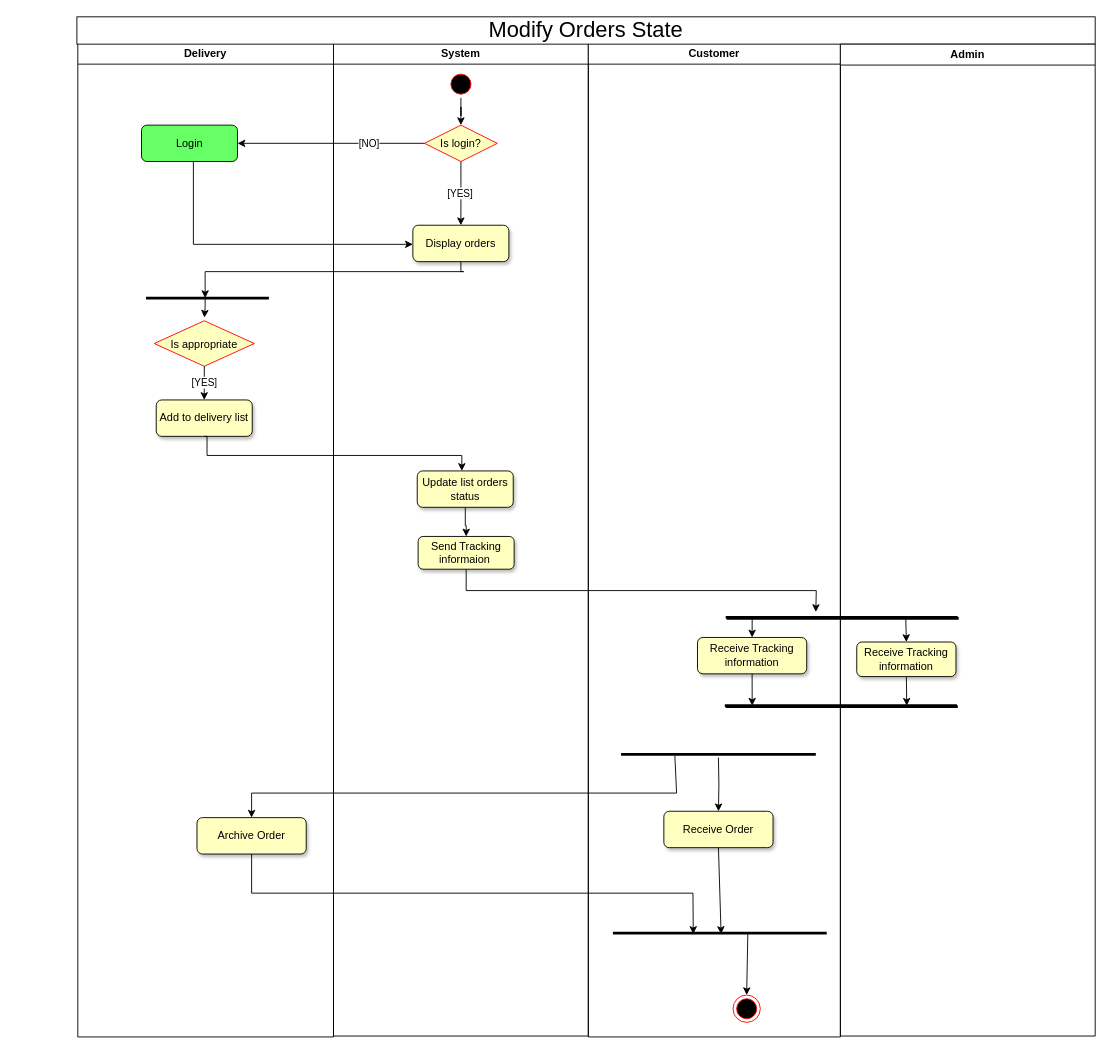
Above: UML/activity diagram and scenario/Delivery Modifies Orders State/Modify Orders State activity diagram.drawio in eltohamy3/Ecommerce-System-analysis_project (draw.io), before the change. Source tidied: cells renumbered, new cells numbered last; positions are measured from the earlier drawing's top-left corner, leaving out a move shared by most shapes. Both pictures are drawn from the tidied source at 91%, with x=0, y=0 at pixel (76, 16).
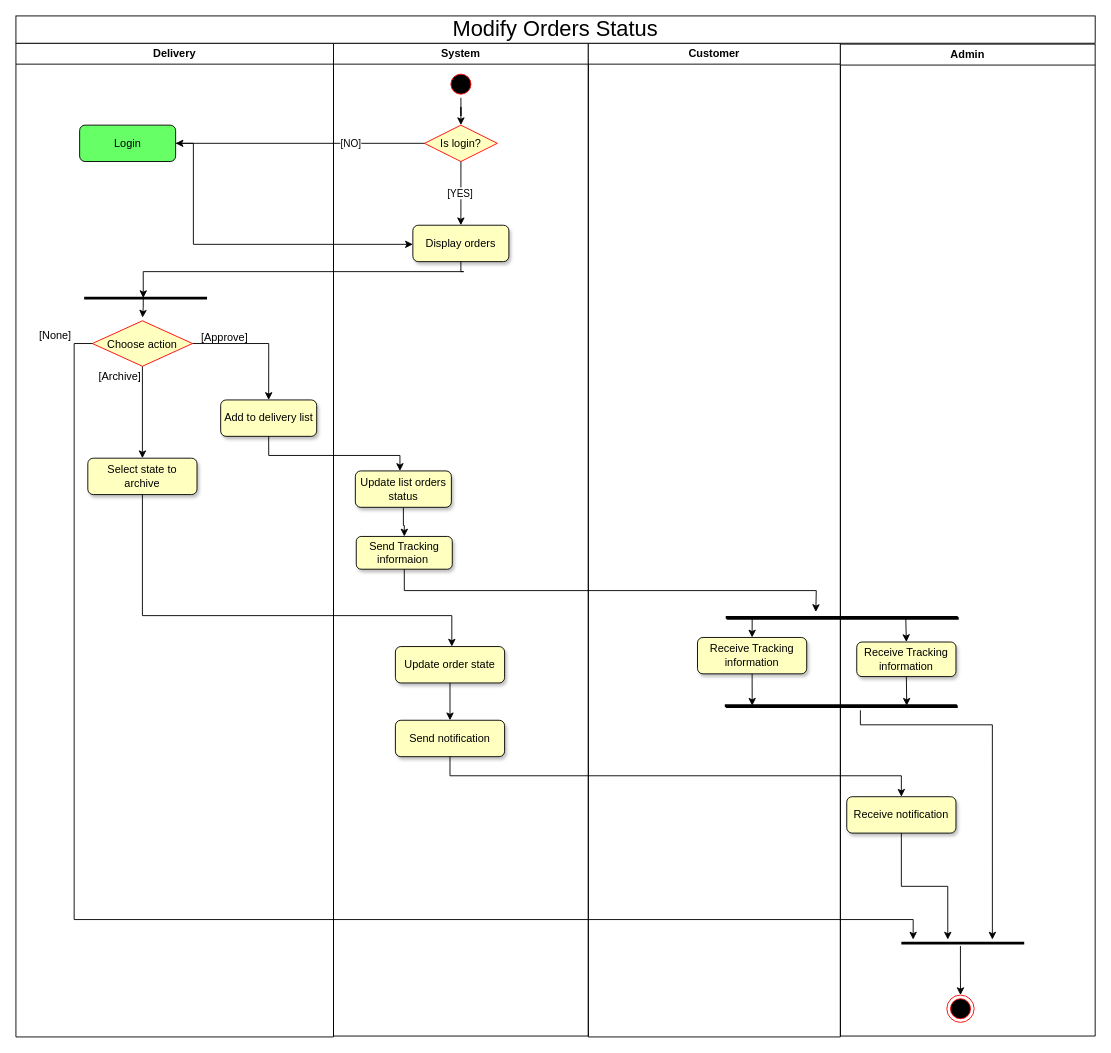
After the change.

Commit message (it also covers changes not shown here):
Modify order status & event table updated

The change refers to these unchanged cells:
```xml
<mxCell id="10" value="Update list orders status" style="rounded=1;whiteSpace=wrap;html=1;fillColor=#FFFFC0;shadow=1;" parent="2" vertex="1">
  <mxGeometry x="373" y="470" width="105.5" height="40" as="geometry" />
</mxCell>
<mxCell id="13" value="System" style="swimlane;whiteSpace=wrap;fillColor=#FFFFFF;" parent="1" vertex="1">
  <mxGeometry x="282" y="29" width="280" height="1091" as="geometry" />
</mxCell>
<mxCell id="21" value="Customer" style="swimlane;whiteSpace=wrap;fillColor=#FFFFFF;" parent="1" vertex="1">
  <mxGeometry x="562" y="29" width="277" height="1092" as="geometry" />
</mxCell>
<mxCell id="37" value="Admin" style="swimlane;whiteSpace=wrap;fillColor=#FFFFFF;" parent="1" vertex="1">
  <mxGeometry x="839" y="30" width="280" height="1090" as="geometry" />
</mxCell>
<mxCell id="47" style="line;strokeWidth=3;fillColor=#FFFFC0;align=left;verticalAlign=middle;spacingTop=-1;spacingLeft=3;spacingRight=3;labelPosition=right;points=[];portConstraint=eastwest;strokeColor=inherit;" parent="1" vertex="1">
  <mxGeometry x="713" y="754" width="255" height="8" as="geometry" />
</mxCell>
```

Diff of the diagram source:
```diff
@@
     <mxCell id="2" value="Delivery" style="swimlane;whiteSpace=wrap;fillColor=#FFFFFF;" parent="1" vertex="1">
-      <mxGeometry x="1" y="29" width="281" height="1092" as="geometry" />
+      <mxGeometry x="-67" y="29" width="349" height="1092" as="geometry" />
     </mxCell>
@@
+    <mxCell id="7" style="edgeStyle=orthogonalEdgeStyle;rounded=0;jettySize=auto;html=1;entryX=0.5;entryY=0;entryDx=0;entryDy=0;" parent="2" edge="1" source="6" target="8">
+      <mxGeometry relative="1" as="geometry" />
+    </mxCell>
+    <mxCell id="48" style="edgeStyle=orthogonalEdgeStyle;rounded=0;jettySize=auto;html=1;entryX=0.5;entryY=0;entryDx=0;entryDy=0;" parent="2" edge="1" source="6" target="25">
+      <mxGeometry relative="1" as="geometry" />
+    </mxCell>
-    <mxCell id="6" value="Is appropriate" style="rhombus;fillColor=#FFFFC0;strokeColor=#ff0000;" parent="2" vertex="1">
+    <mxCell id="6" value="Choose action" style="rhombus;fillColor=#FFFFC0;strokeColor=#ff0000;" parent="2" vertex="1">
       <mxGeometry x="84" y="305" width="110" height="50" as="geometry" />
     </mxCell>
-    <mxCell id="7" value="[YES]" style="edgeStyle=orthogonalEdgeStyle;rounded=0;jettySize=auto;html=1;entryX=0.5;entryY=0;entryDx=0;entryDy=0;fillColor=#FFFFC0;" parent="2" edge="1" source="6" target="8">
-      <mxGeometry relative="1" as="geometry" />
-    </mxCell>
     <mxCell id="8" value="Add to delivery list" style="rounded=1;whiteSpace=wrap;html=1;fillColor=#FFFFC0;shadow=1;" parent="2" vertex="1">
-      <mxGeometry x="86.2" y="392" width="105.5" height="40" as="geometry" />
+      <mxGeometry x="225" y="392" width="105.5" height="40" as="geometry" />
     </mxCell>
@@
     <mxCell id="12" style="edgeStyle=orthogonalEdgeStyle;rounded=0;jettySize=auto;html=1;exitX=0.5;exitY=1;exitDx=0;exitDy=0;fillColor=#FFFFC0;" parent="2" edge="1" source="8" target="10">
       <mxGeometry relative="1" as="geometry">
         <Array as="points">
-          <mxPoint x="142" y="453" />
+          <mxPoint x="278" y="453" />
           <mxPoint x="422" y="453" />
         </Array>
       </mxGeometry>
     </mxCell>
+    <mxCell id="49" value="[Approve]" style="text;html=1;align=center;verticalAlign=middle;strokeColor=none;fillColor=none;" parent="2" vertex="1">
+      <mxGeometry x="194" y="310" width="70" height="27" as="geometry" />
+    </mxCell>
+    <mxCell id="50" value="[None]" style="text;html=1;align=center;verticalAlign=middle;strokeColor=none;fillColor=none;" parent="2" vertex="1">
+      <mxGeometry x="16" y="308" width="54" height="27" as="geometry" />
+    </mxCell>
+    <mxCell id="51" value="[Archive]" style="text;html=1;align=center;verticalAlign=middle;strokeColor=none;fillColor=none;" parent="2" vertex="1">
+      <mxGeometry x="81" y="353" width="66" height="27" as="geometry" />
+    </mxCell>
+    <mxCell id="25" value="Select state to archive" style="rounded=1;whiteSpace=wrap;html=1;fillColor=#FFFFC0;shadow=1;" parent="2" vertex="1">
+      <mxGeometry x="79" y="456" width="120" height="40" as="geometry" />
+    </mxCell>
@@
+    <mxCell id="52" style="edgeStyle=orthogonalEdgeStyle;rounded=0;jettySize=auto;html=1;entryX=0.5;entryY=0;entryDx=0;entryDy=0;" parent="13" edge="1" source="53" target="54">
+      <mxGeometry relative="1" as="geometry" />
+    </mxCell>
+    <mxCell id="53" value="Update order state" style="rounded=1;whiteSpace=wrap;html=1;fillColor=#FFFFC0;shadow=1;" parent="13" vertex="1">
+      <mxGeometry x="68" y="663" width="120" height="40" as="geometry" />
+    </mxCell>
+    <mxCell id="54" value="Send notification" style="rounded=1;whiteSpace=wrap;html=1;fillColor=#FFFFC0;shadow=1;" parent="13" vertex="1">
+      <mxGeometry x="68" y="744" width="120" height="40" as="geometry" />
+    </mxCell>
@@
-    <mxCell id="23" style="line;strokeWidth=3;fillColor=#FFFFC0;align=left;verticalAlign=middle;spacingTop=-1;spacingLeft=3;spacingRight=3;labelPosition=right;strokeColor=inherit;" parent="21" vertex="1">
-      <mxGeometry x="36" y="712" width="214" height="139" as="geometry" />
-    </mxCell>
-    <mxCell id="24" style="line;strokeWidth=3;fillColor=#FFFFC0;align=left;verticalAlign=middle;spacingTop=-1;spacingLeft=3;spacingRight=3;labelPosition=right;points=[];portConstraint=eastwest;strokeColor=inherit;" parent="21" vertex="1">
-      <mxGeometry x="27" y="974" width="235" height="8" as="geometry" />
-    </mxCell>
-    <mxCell id="25" value="Archive Order" style="rounded=1;whiteSpace=wrap;html=1;fillColor=#FFFFC0;shadow=1;" parent="21" vertex="1">
-      <mxGeometry x="-430" y="851" width="120" height="40" as="geometry" />
-    </mxCell>
-    <mxCell id="26" style="edgeStyle=orthogonalEdgeStyle;rounded=0;jettySize=auto;html=1;" parent="21" edge="1" target="27">
-      <mxGeometry relative="1" as="geometry">
-        <mxPoint x="143" y="785" as="sourcePoint" />
-      </mxGeometry>
-    </mxCell>
-    <mxCell id="27" value="Receive Order" style="rounded=1;whiteSpace=wrap;html=1;fillColor=#FFFFC0;shadow=1;" parent="21" vertex="1">
-      <mxGeometry x="83" y="844" width="120" height="40" as="geometry" />
-    </mxCell>
-    <mxCell id="28" style="endArrow=classic;html=1;rounded=0;exitX=0.294;exitY=0.489;exitDx=0;exitDy=0;exitPerimeter=0;entryX=0.5;entryY=0;entryDx=0;entryDy=0;" parent="21" edge="1" target="25">
-      <mxGeometry relative="1" as="geometry">
-        <mxPoint x="95.1" y="783" as="sourcePoint" />
-        <Array as="points">
-          <mxPoint x="97" y="824" />
-          <mxPoint x="-370" y="824" />
-        </Array>
-      </mxGeometry>
-    </mxCell>
-    <mxCell id="29" style="endArrow=classic;html=1;rounded=0;exitX=0.5;exitY=1;exitDx=0;exitDy=0;entryX=0.506;entryY=0.603;entryDx=0;entryDy=0;entryPerimeter=0;" parent="21" edge="1" source="27" target="24">
-      <mxGeometry relative="1" as="geometry" />
-    </mxCell>
-    <mxCell id="30" style="endArrow=classic;html=1;rounded=0;exitX=0.5;exitY=1;exitDx=0;exitDy=0;entryX=0.376;entryY=0.603;entryDx=0;entryDy=0;entryPerimeter=0;" parent="21" edge="1" source="25" target="24">
-      <mxGeometry relative="1" as="geometry">
-        <Array as="points">
-          <mxPoint x="-370" y="934" />
-          <mxPoint x="115" y="934" />
-        </Array>
-      </mxGeometry>
-    </mxCell>
-    <mxCell id="31" style="ellipse;shape=endState;fillColor=#000000;strokeColor=#ff0000;" parent="21" vertex="1">
-      <mxGeometry x="159" y="1046" width="30" height="30" as="geometry" />
-    </mxCell>
-    <mxCell id="32" style="endArrow=classic;html=1;rounded=0;exitX=0.631;exitY=0.603;exitDx=0;exitDy=0;exitPerimeter=0;entryX=0.5;entryY=0;entryDx=0;entryDy=0;" parent="21" edge="1" source="24" target="31">
-      <mxGeometry relative="1" as="geometry" />
-    </mxCell>
-    <mxCell id="33" value="&lt;span style=&quot;text-align: left;&quot;&gt;&lt;font style=&quot;font-size: 24px;&quot;&gt;Modify Orders State&lt;/font&gt;&lt;/span&gt;" style="rounded=0;whiteSpace=wrap;html=1;" parent="1" vertex="1">
-      <mxGeometry width="1119" height="30" as="geometry" />
+    <mxCell id="33" value="&lt;span style=&quot;text-align: left;&quot;&gt;&lt;font style=&quot;font-size: 24px;&quot;&gt;Modify Orders Status&lt;/font&gt;&lt;/span&gt;" style="rounded=0;whiteSpace=wrap;html=1;" parent="1" vertex="1">
+      <mxGeometry x="-67" y="-1" width="1186" height="30" as="geometry" />
     </mxCell>
@@
+    <mxCell id="55" value="Receive notification" style="rounded=1;whiteSpace=wrap;html=1;fillColor=#FFFFC0;shadow=1;" parent="37" vertex="1">
+      <mxGeometry x="7" y="827" width="120" height="40" as="geometry" />
+    </mxCell>
+    <mxCell id="31" style="ellipse;shape=endState;fillColor=#000000;strokeColor=#ff0000;" parent="37" vertex="1">
+      <mxGeometry x="117" y="1045" width="30" height="30" as="geometry" />
+    </mxCell>
+    <mxCell id="56" style="line;strokeWidth=3;fillColor=#FFFFC0;align=left;verticalAlign=middle;spacingTop=-1;spacingLeft=3;spacingRight=3;labelPosition=right;points=[];portConstraint=eastwest;strokeColor=inherit;" parent="37" vertex="1">
+      <mxGeometry x="67" y="984" width="135" height="8" as="geometry" />
+    </mxCell>
+    <mxCell id="57" style="edgeStyle=orthogonalEdgeStyle;rounded=0;jettySize=auto;html=1;entryX=0.378;entryY=0;entryDx=0;entryDy=0;entryPerimeter=0;" parent="37" edge="1" source="55" target="56">
+      <mxGeometry relative="1" as="geometry" />
+    </mxCell>
+    <mxCell id="58" style="edgeStyle=orthogonalEdgeStyle;rounded=0;jettySize=auto;html=1;exitX=0.481;exitY=0.875;exitDx=0;exitDy=0;exitPerimeter=0;" parent="37" edge="1" source="56" target="31">
+      <mxGeometry relative="1" as="geometry" />
+    </mxCell>
@@
+    <mxCell id="59" style="edgeStyle=orthogonalEdgeStyle;rounded=0;jettySize=auto;html=1;" parent="1" edge="1" source="25" target="53">
+      <mxGeometry relative="1" as="geometry">
+        <Array as="points">
+          <mxPoint x="72" y="658" />
+          <mxPoint x="412" y="658" />
+        </Array>
+      </mxGeometry>
+    </mxCell>
+    <mxCell id="60" style="edgeStyle=orthogonalEdgeStyle;rounded=0;jettySize=auto;html=1;entryX=0.5;entryY=0;entryDx=0;entryDy=0;" parent="1" edge="1" source="54" target="55">
+      <mxGeometry relative="1" as="geometry">
+        <Array as="points">
+          <mxPoint x="410" y="834" />
+          <mxPoint x="906" y="834" />
+        </Array>
+      </mxGeometry>
+    </mxCell>
+    <mxCell id="61" style="edgeStyle=orthogonalEdgeStyle;rounded=0;jettySize=auto;html=1;entryX=0.741;entryY=0;entryDx=0;entryDy=0;entryPerimeter=0;" parent="1" edge="1" source="47" target="56">
+      <mxGeometry relative="1" as="geometry">
+        <Array as="points">
+          <mxPoint x="861" y="778" />
+          <mxPoint x="1006" y="778" />
+        </Array>
+      </mxGeometry>
+    </mxCell>
+    <mxCell id="62" style="edgeStyle=orthogonalEdgeStyle;rounded=0;jettySize=auto;html=1;exitX=0;exitY=0.5;exitDx=0;exitDy=0;entryX=0.096;entryY=0;entryDx=0;entryDy=0;entryPerimeter=0;" parent="1" edge="1" source="6" target="56">
+      <mxGeometry relative="1" as="geometry">
+        <Array as="points">
+          <mxPoint x="-3" y="359" />
+          <mxPoint x="-3" y="992" />
+          <mxPoint x="919" y="992" />
+        </Array>
+      </mxGeometry>
+    </mxCell>
```
